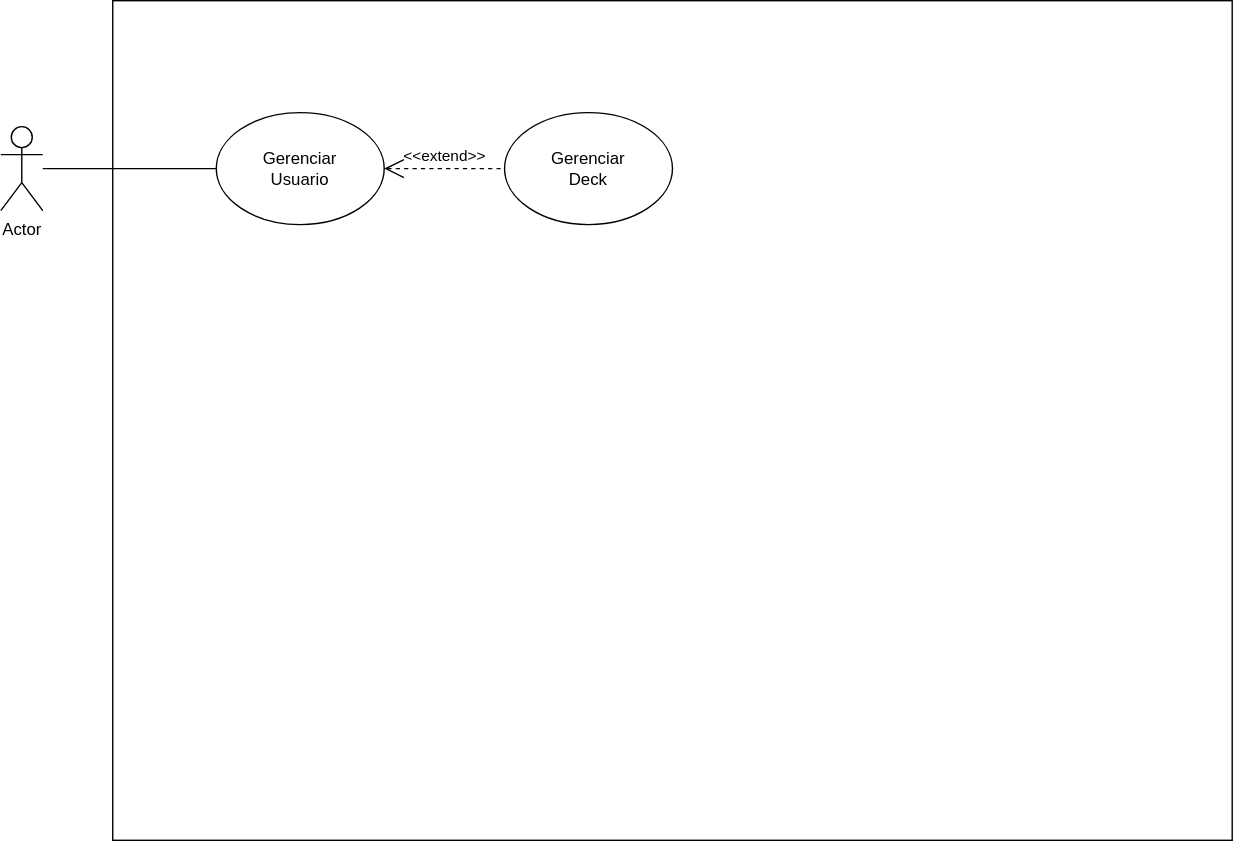
Above: CasosDeUso.svg in cassiovittori/Projeto_MPS (draw.io), before the change. Source tidied: cells renumbered, new cells last; positions are measured from the earlier drawing's top-left corner, leaving out a move shared by most shapes. Source of this version:
```xml
<mxGraphModel>
  <root>
    <mxCell id="0" />
    <mxCell id="1" parent="0" />
    <mxCell id="2" style="whiteSpace=wrap;html=1;" parent="1" vertex="1">
      <mxGeometry x="80" width="800" height="600" as="geometry" />
    </mxCell>
    <mxCell id="3" value="Actor" style="shape=umlActor;verticalLabelPosition=bottom;verticalAlign=top;html=1;outlineConnect=0;" parent="1" vertex="1">
      <mxGeometry y="90" width="30" height="60" as="geometry" />
    </mxCell>
    <mxCell id="4" value="Gerenciar&lt;div&gt;Usuario&lt;/div&gt;" style="ellipse;whiteSpace=wrap;html=1;" parent="1" vertex="1">
      <mxGeometry x="154" y="80" width="120" height="80" as="geometry" />
    </mxCell>
    <mxCell id="5" value="Gerenciar&lt;div&gt;Deck&lt;/div&gt;" style="ellipse;whiteSpace=wrap;html=1;" parent="1" vertex="1">
      <mxGeometry x="360" y="80" width="120" height="80" as="geometry" />
    </mxCell>
    <mxCell id="6" style="endArrow=none;html=1;rounded=0;entryX=0;entryY=0.5;entryDx=0;entryDy=0;" parent="1" edge="1" source="3" target="4">
      <mxGeometry relative="1" as="geometry" />
    </mxCell>
    <mxCell id="7" value="&amp;lt;&amp;lt;extend&amp;gt;&amp;gt;" style="edgeStyle=none;html=1;startArrow=open;endArrow=none;startSize=12;verticalAlign=bottom;dashed=1;labelBackgroundColor=none;rounded=0;exitX=1;exitY=0.5;exitDx=0;exitDy=0;entryX=0;entryY=0.5;entryDx=0;entryDy=0;" parent="1" edge="1" source="4" target="5">
      <mxGeometry relative="1" as="geometry" />
    </mxCell>
  </root>
</mxGraphModel>
```
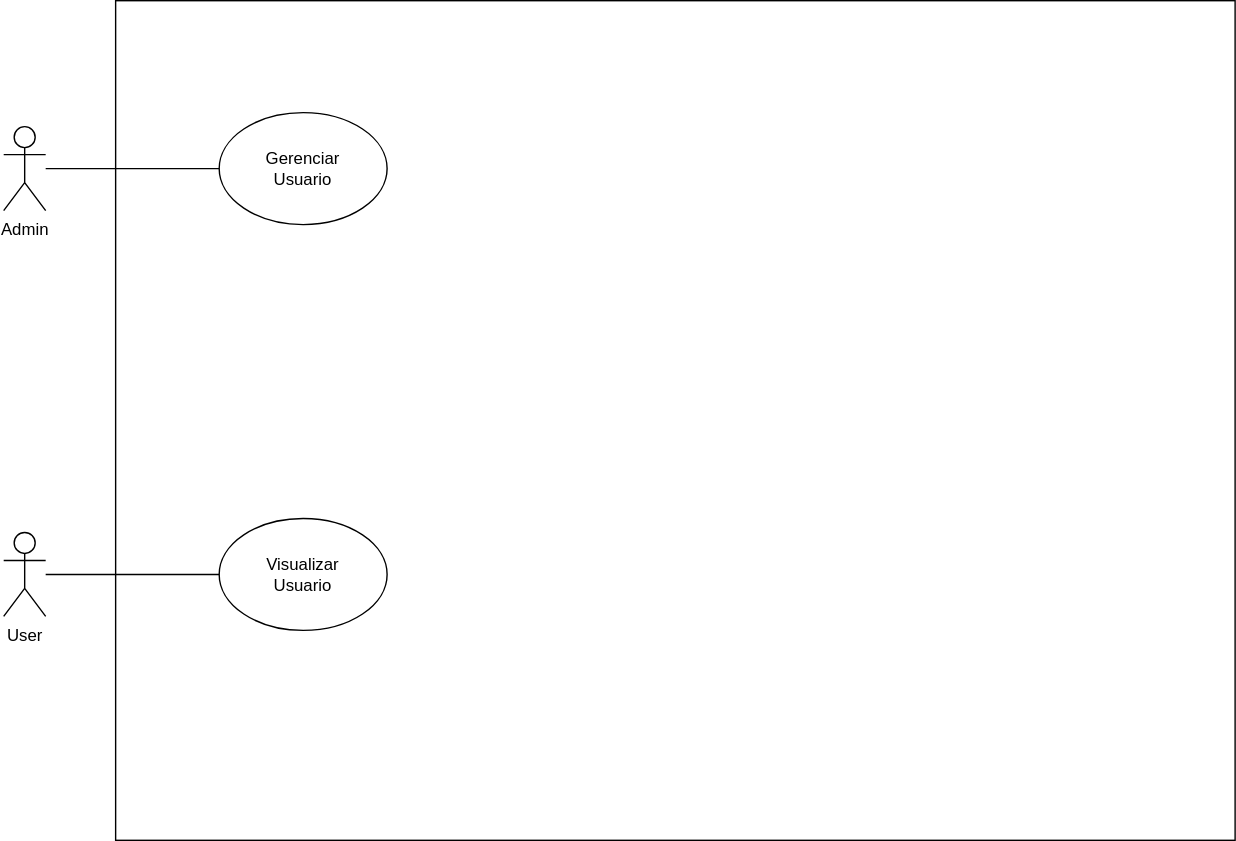
After the change.

The edit, as a diff of the source:
```diff
@@ -5,20 +5,23 @@
     <mxCell id="2" style="whiteSpace=wrap;html=1;" parent="1" vertex="1">
       <mxGeometry x="80" width="800" height="600" as="geometry" />
     </mxCell>
-    <mxCell id="3" value="Actor" style="shape=umlActor;verticalLabelPosition=bottom;verticalAlign=top;html=1;outlineConnect=0;" parent="1" vertex="1">
+    <mxCell id="3" value="Admin" style="shape=umlActor;verticalLabelPosition=bottom;verticalAlign=top;html=1;outlineConnect=0;" parent="1" vertex="1">
       <mxGeometry y="90" width="30" height="60" as="geometry" />
     </mxCell>
     <mxCell id="4" value="Gerenciar&lt;div&gt;Usuario&lt;/div&gt;" style="ellipse;whiteSpace=wrap;html=1;" parent="1" vertex="1">
       <mxGeometry x="154" y="80" width="120" height="80" as="geometry" />
     </mxCell>
-    <mxCell id="5" value="Gerenciar&lt;div&gt;Deck&lt;/div&gt;" style="ellipse;whiteSpace=wrap;html=1;" parent="1" vertex="1">
-      <mxGeometry x="360" y="80" width="120" height="80" as="geometry" />
-    </mxCell>
     <mxCell id="6" style="endArrow=none;html=1;rounded=0;entryX=0;entryY=0.5;entryDx=0;entryDy=0;" parent="1" edge="1" source="3" target="4">
       <mxGeometry relative="1" as="geometry" />
     </mxCell>
-    <mxCell id="7" value="&amp;lt;&amp;lt;extend&amp;gt;&amp;gt;" style="edgeStyle=none;html=1;startArrow=open;endArrow=none;startSize=12;verticalAlign=bottom;dashed=1;labelBackgroundColor=none;rounded=0;exitX=1;exitY=0.5;exitDx=0;exitDy=0;entryX=0;entryY=0.5;entryDx=0;entryDy=0;" parent="1" edge="1" source="4" target="5">
-      <mxGeometry relative="1" as="geometry" />
-    </mxCell>
+    <mxCell id="8" value="User&lt;div&gt;&lt;br&gt;&lt;/div&gt;" style="shape=umlActor;verticalLabelPosition=bottom;verticalAlign=top;html=1;outlineConnect=0;" parent="1" vertex="1">
+      <mxGeometry y="380" width="30" height="60" as="geometry" />
+    </mxCell>
+    <mxCell id="9" value="Visualizar&lt;div&gt;Usuario&lt;/div&gt;" style="ellipse;whiteSpace=wrap;html=1;" parent="1" vertex="1">
+      <mxGeometry x="154" y="370" width="120" height="80" as="geometry" />
+    </mxCell>
+    <mxCell id="10" style="endArrow=none;html=1;rounded=0;entryX=0;entryY=0.5;entryDx=0;entryDy=0;" parent="1" edge="1" source="8" target="9">
+      <mxGeometry relative="1" as="geometry" />
+    </mxCell>
   </root>
 </mxGraphModel>
```
